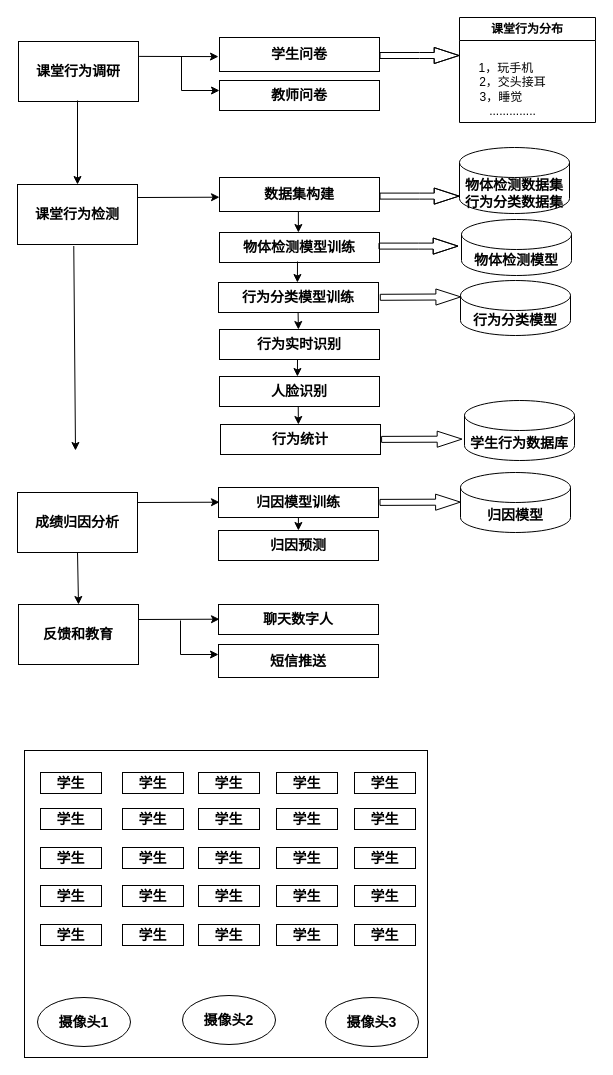
The draw.io diagram 大创2024.drawio in lizezhonglaile/drawio, before the edit. Source tidied: cells renumbered, new cells numbered last; positions are measured from the earlier drawing's top-left corner, leaving out a move shared by most shapes. Both pictures are drawn from the tidied source at 100%, with x=0, y=0 at pixel (17, 17).
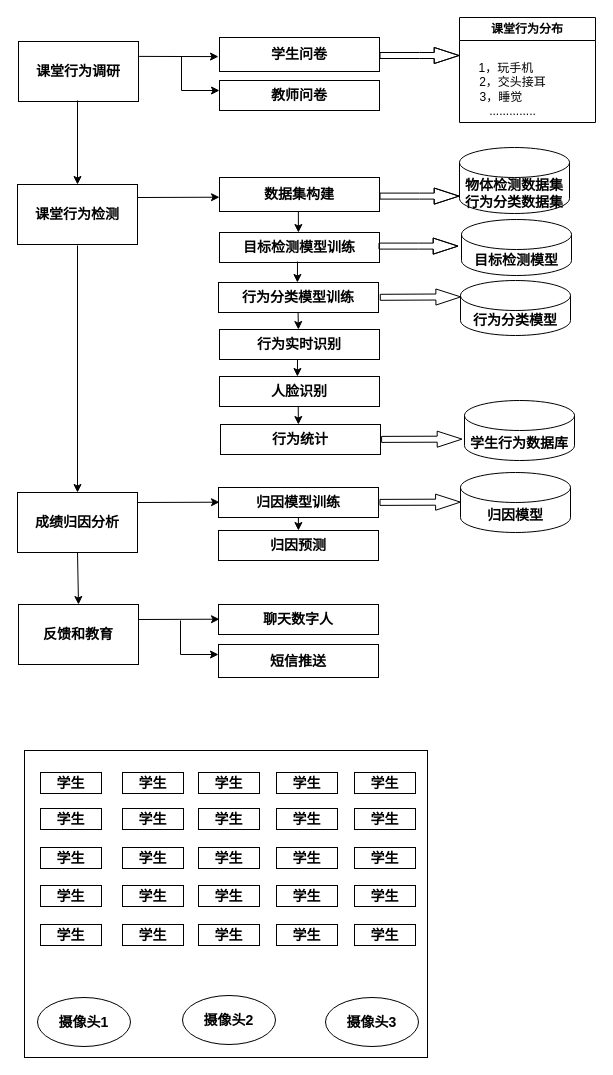
After the change.

The change refers to these unchanged cells:
```xml
<mxCell id="4" value="&lt;font style=&quot;font-size: 14px;&quot;&gt;&lt;b&gt;课堂行为检测&lt;/b&gt;&lt;/font&gt;" style="rounded=0;whiteSpace=wrap;html=1;" parent="1" vertex="1">
  <mxGeometry y="167" width="120" height="60" as="geometry" />
</mxCell>
<mxCell id="5" value="&lt;span style=&quot;font-size: 14px;&quot;&gt;&lt;b&gt;成绩归因分析&lt;/b&gt;&lt;/span&gt;" style="rounded=0;whiteSpace=wrap;html=1;" parent="1" vertex="1">
  <mxGeometry y="475" width="120" height="60" as="geometry" />
</mxCell>
```

The edit, as a diff of the source:
```diff
@@
-    <mxCell id="12" value="&lt;font style=&quot;font-size: 14px;&quot;&gt;&lt;b&gt;物体检测模型训练&lt;/b&gt;&lt;/font&gt;" style="rounded=0;whiteSpace=wrap;html=1;" parent="1" vertex="1">
+    <mxCell id="12" value="&lt;font style=&quot;font-size: 14px;&quot;&gt;&lt;b&gt;目标检测模型训练&lt;/b&gt;&lt;/font&gt;" style="rounded=0;whiteSpace=wrap;html=1;" parent="1" vertex="1">
       <mxGeometry x="202" y="215" width="160" height="30" as="geometry" />
     </mxCell>
@@
-    <mxCell id="14" value="&lt;font style=&quot;font-size: 14px;&quot;&gt;&lt;b&gt;物体检测模型&lt;/b&gt;&lt;/font&gt;" style="shape=cylinder3;whiteSpace=wrap;html=1;boundedLbl=1;backgroundOutline=1;size=15;" parent="1" vertex="1">
+    <mxCell id="14" value="&lt;font style=&quot;font-size: 14px;&quot;&gt;&lt;b&gt;目标检测模型&lt;/b&gt;&lt;/font&gt;" style="shape=cylinder3;whiteSpace=wrap;html=1;boundedLbl=1;backgroundOutline=1;size=15;" parent="1" vertex="1">
       <mxGeometry x="444" y="202" width="110" height="56" as="geometry" />
     </mxCell>
@@
-    <mxCell id="30" style="endArrow=classic;html=1;rounded=0;exitX=0.469;exitY=1.025;exitDx=0;exitDy=0;entryX=0.5;entryY=0;entryDx=0;entryDy=0;exitPerimeter=0;" parent="1" edge="1" source="4">
+    <mxCell id="30" style="endArrow=classic;html=1;rounded=0;entryX=0.5;entryY=0;entryDx=0;entryDy=0;" parent="1" edge="1" target="5">
       <mxGeometry relative="1" as="geometry">
-        <mxPoint x="58" y="433" as="targetPoint" />
+        <mxPoint x="60" y="228" as="sourcePoint" />
       </mxGeometry>
     </mxCell>
```
